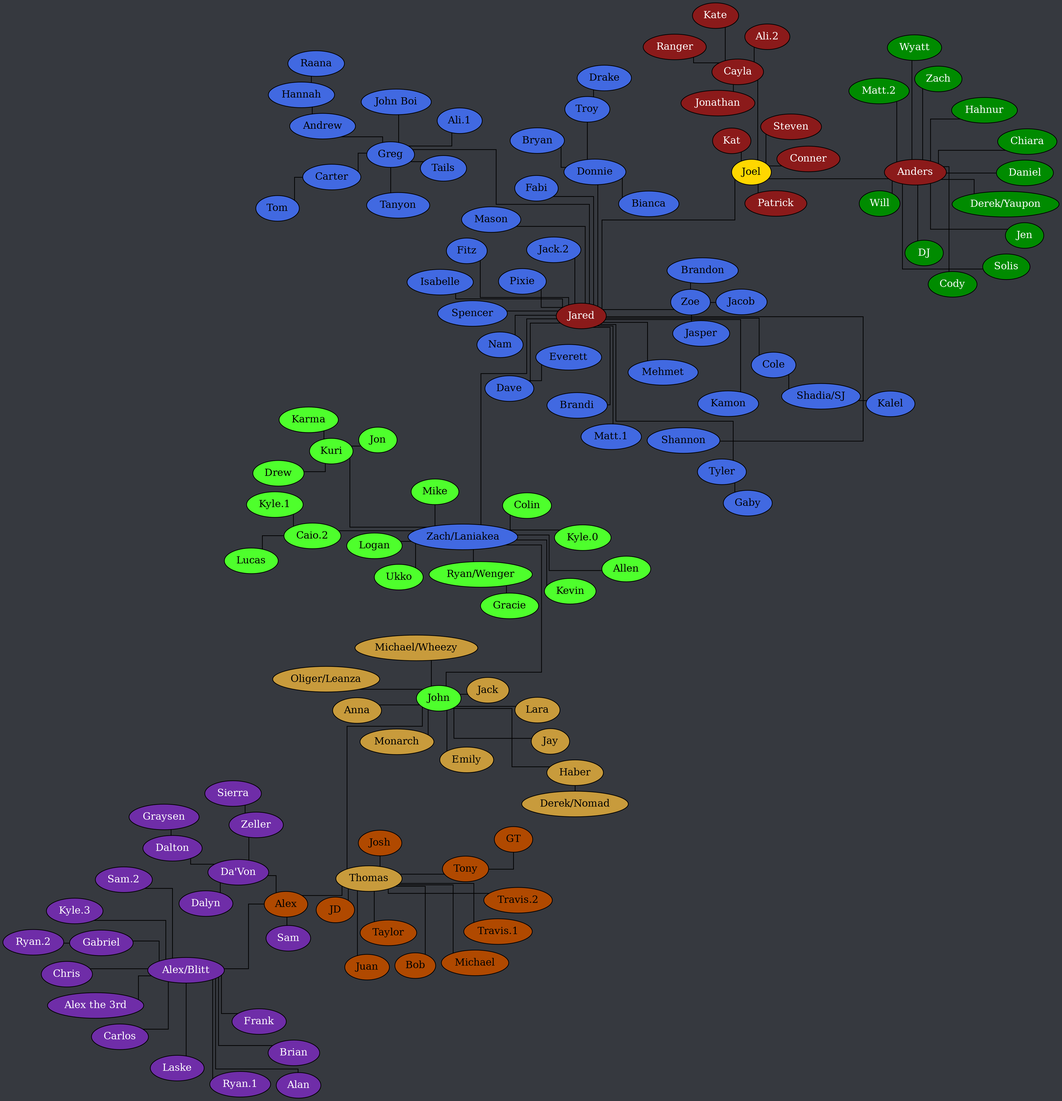
Documidas/CoronaCatzFamilyTree keeps this Graphviz diagram as tree.png. Above is the earlier version. Its source is kept beside it as tree.dot.
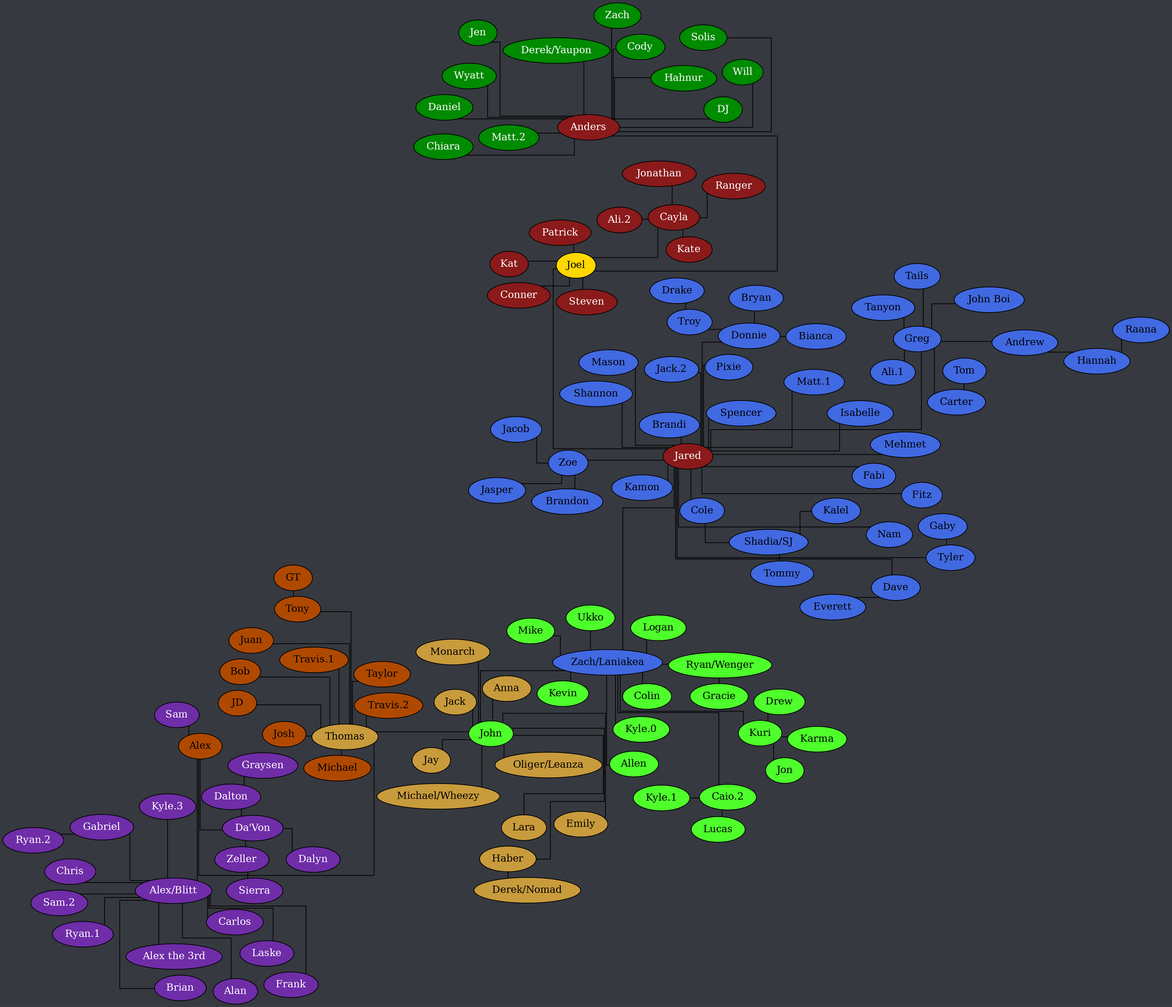
The same diagram one commit later.

Change to the diagram source:
```diff
@@ -83,6 +83,7 @@
 		Jared -- "Zach/Laniakea";
 		Jared -- Zoe;
 		"Shadia/SJ" -- Kalel;
+		"Shadia/SJ" -- Tommy;
 		Troy -- Drake;
 		Tyler -- Gaby;
 		Zoe -- Brandon;
```
